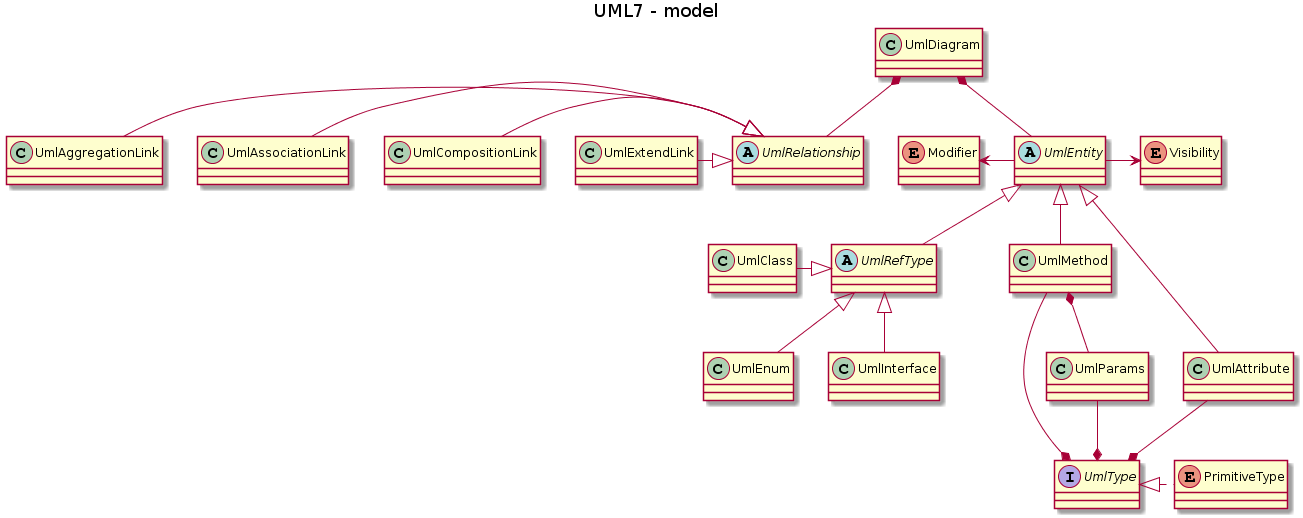
echodeltaFR/UML7 keeps this PlantUML diagram as doc/UML/model_naked.png. Above is the earlier version. Source of this version:
```plantuml
@startuml
title UML7 - model

enum Visibility

enum Modifier

class UmlDiagram

interface UmlType

class UmlParams

enum PrimitiveType


Abstract class UmlEntity

class UmlClass

class UmlMethod

class UmlAttribute


class UmlEnum

class UmlInterface

Abstract class UmlRefType

Abstract class UmlRelationship

class UmlAggregationLink
class UmlAssociationLink
class UmlCompositionLink
class UmlExtendLink
class UmlInterface

UmlEntity -right-> Visibility
UmlEntity -left-> Modifier
UmlDiagram *-- UmlEntity
UmlDiagram *-- UmlRelationship
UmlParams -down-* UmlMethod
PrimitiveType .left.|> UmlType
UmlClass -right-|> UmlRefType
UmlMethod -up-|> UmlEntity
UmlAttribute -up-|> UmlEntity
UmlEnum -up-|> UmlRefType
UmlInterface -up-|> UmlRefType
UmlRefType -up-|> UmlEntity
UmlAggregationLink -right-|> UmlRelationship
UmlAssociationLink -right-|> UmlRelationship
UmlCompositionLink -right-|> UmlRelationship
UmlExtendLink -right-|> UmlRelationship
UmlAttribute -up-* UmlType
UmlMethod --* UmlType
UmlParams --* UmlType
@enduml
```
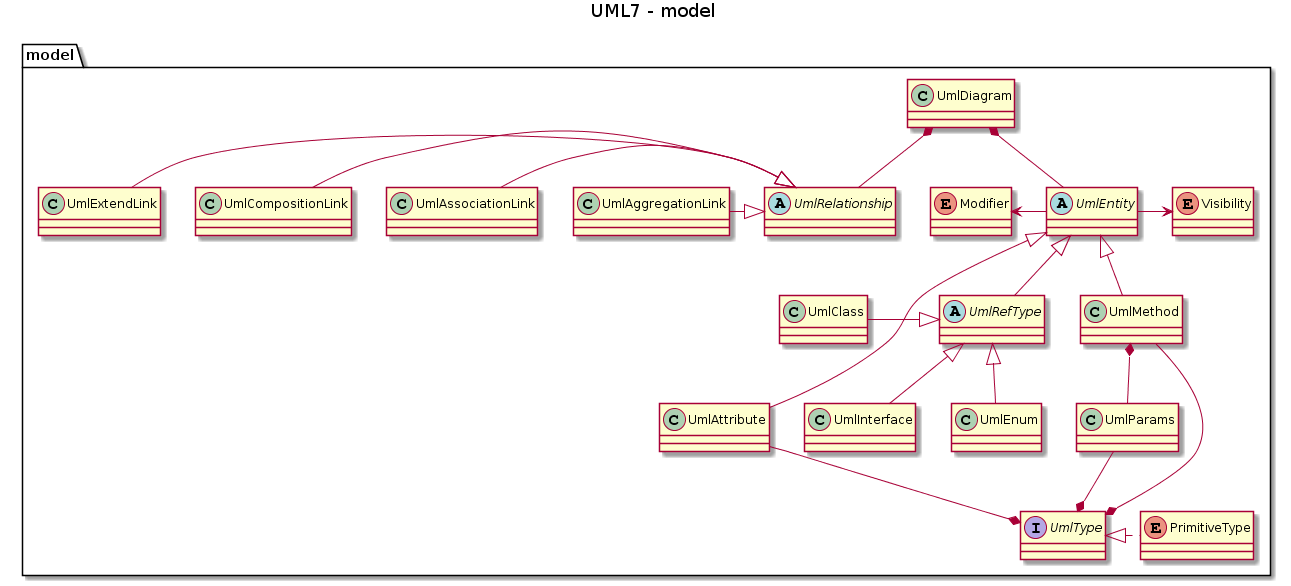
After the change.

Commit message:
MaJ diag modèle version "nue"

Au format image PNG

Diff of the diagram source:
```diff
@@ -1,5 +1,7 @@
 @startuml
 title UML7 - model
+
+package model {
 
 enum Visibility
 
@@ -56,4 +58,6 @@
 UmlAttribute -up-* UmlType
 UmlMethod --* UmlType
 UmlParams --* UmlType
+
+}
 @enduml
```
